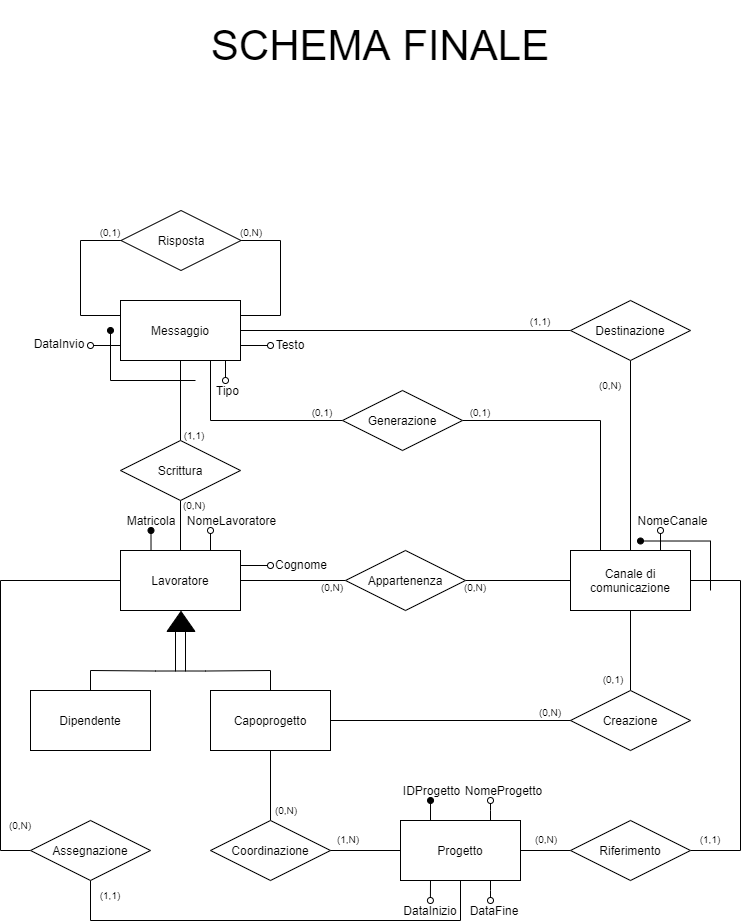
The draw.io diagram Relazione/Schema ER/schema-finale.png in martafra/BD-Chat-Multicanale, before a commit. Source tidied: cells renumbered, new cells last; positions are measured from the earlier drawing's top-left corner, leaving out a move shared by most shapes.
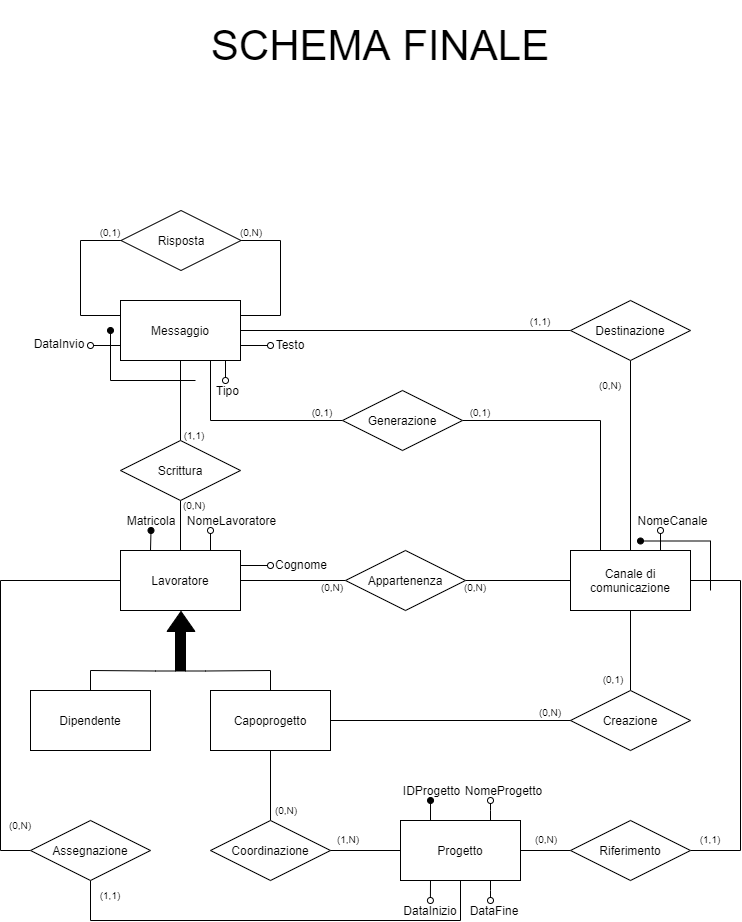
The same file after the commit.

Diff of the diagram source:
```diff
@@ -114,7 +114,7 @@
         </Array>
       </mxGeometry>
     </mxCell>
-    <mxCell id="29" style="rounded=0;whiteSpace=wrap;html=1;rotation=90;fillColor=none;" parent="1" vertex="1">
+    <mxCell id="29" style="rounded=0;whiteSpace=wrap;html=1;rotation=90;fillColor=#000000;" parent="1" vertex="1">
       <mxGeometry x="160" y="645.5" width="40" height="10" as="geometry" />
     </mxCell>
     <mxCell id="30" value="Dipendente" style="rounded=0;whiteSpace=wrap;html=1;" parent="1" vertex="1">
```
